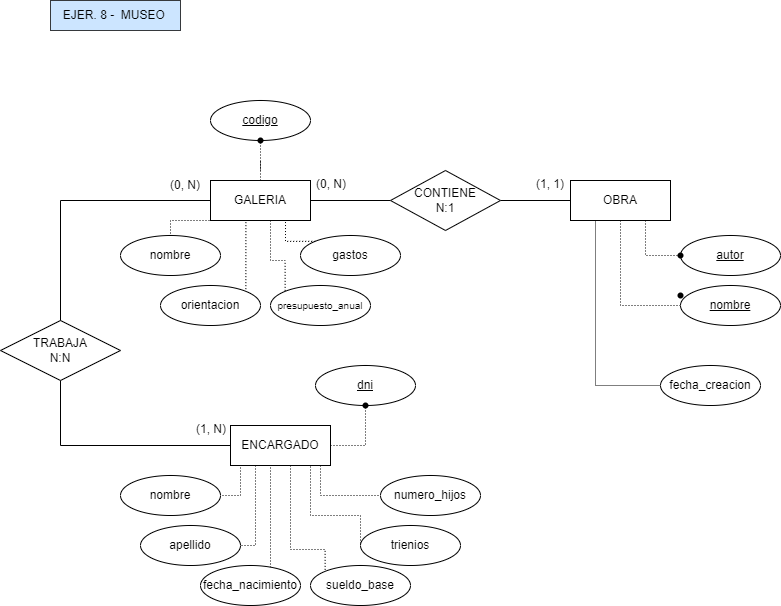
Earlier version of the draw.io export ejer8_museo.png (mdrp93/BASE-DE-DATOS). Source tidied: cells renumbered, new cells last; positions are measured from the earlier drawing's top-left corner, leaving out a move shared by most shapes.
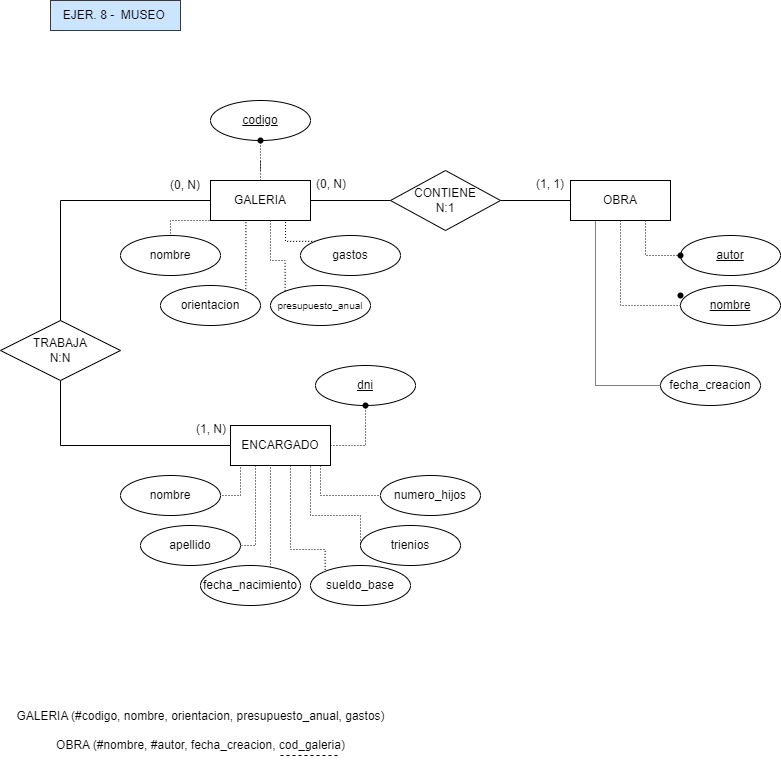
After the change.

Diff of the diagram source:
```diff
@@ -228,5 +228,13 @@
     <mxCell id="57" style="shape=waypoint;sketch=0;fillStyle=solid;size=6;fillColor=none;perimeter=centerPerimeter;" parent="1" vertex="1">
       <mxGeometry x="670" y="245" width="20" height="20" as="geometry" />
     </mxCell>
+    <mxCell id="58" value="&lt;font style=&quot;font-size: 12px;&quot;&gt;GALERIA (#codigo, nombre, orientacion, presupuesto_anual, gastos)&lt;br&gt;&lt;br&gt;OBRA (#nombre, #autor, fecha_creacion, cod_galeria)&lt;/font&gt;" style="text;html=1;align=center;verticalAlign=middle;points=[];strokeColor=none;fillColor=none;" parent="1" vertex="1">
+      <mxGeometry x="5" y="700" width="390" height="60" as="geometry" />
+    </mxCell>
+    <mxCell id="59" style="endArrow=none;dashed=1;html=1;rounded=0;entryX=0.859;entryY=0.917;entryDx=0;entryDy=0;entryPerimeter=0;" parent="1" edge="1" target="58">
+      <mxGeometry relative="1" as="geometry">
+        <mxPoint x="280" y="755" as="sourcePoint" />
+      </mxGeometry>
+    </mxCell>
   </root>
 </mxGraphModel>
```
